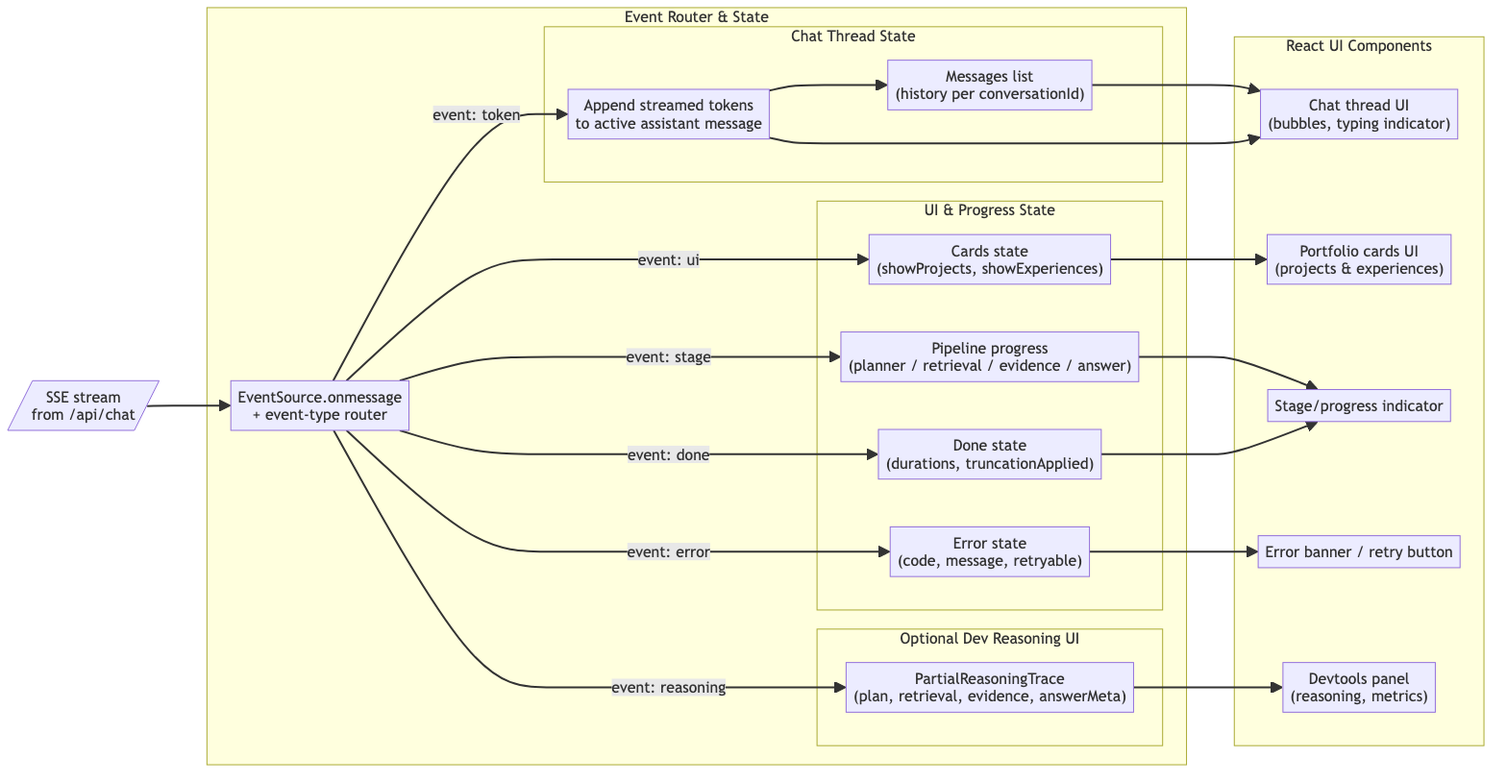
Earlier version of the Mermaid export generated-diagrams/portfolio-chat-sse-handling.png (Volpestyle/portfolio). Its source is kept beside it as generated-diagrams/portfolio-chat-sse-handling.mmd. Source of this version:
```mermaid
flowchart LR
  SSE[/"SSE stream\nfrom /api/chat"/]

  subgraph ROUTER["Event Router & State"]
    ROUTE["EventSource.onmessage\n+ event-type router"]

    subgraph CHAT_STATE["Chat Thread State"]
      TOKENS["Append streamed tokens\nto active assistant message"]
      MSGS["Messages list\n(history per conversationId)"]
    end

    subgraph UI_STATE["UI & Progress State"]
      STAGE["Pipeline progress\n(planner / retrieval / evidence / answer)"]
      CARDS["Cards state\n(showProjects, showExperiences)"]
      ERR_STATE["Error state\n(code, message, retryable)"]
      DONE_STATE["Done state\n(durations, truncationApplied)"]
    end

    subgraph DEVTOOLS["Optional Dev Reasoning UI"]
      REASON["PartialReasoningTrace\n(plan, retrieval, evidence, answerMeta)"]
    end
  end

  subgraph RENDER["React UI Components"]
    CHAT_UI["Chat thread UI\n(bubbles, typing indicator)"]
    CARDS_UI["Portfolio cards UI\n(projects & experiences)"]
    PROGRESS_UI[Stage/progress indicator]
    ERROR_UI[Error banner / retry button]
    DEV_UI["Devtools panel\n(reasoning, metrics)"]
  end

  SSE --> ROUTE

  ROUTE -->|event: token| TOKENS
  TOKENS --> MSGS

  ROUTE -->|event: stage| STAGE
  ROUTE -->|event: ui| CARDS
  ROUTE -->|event: reasoning| REASON
  ROUTE -->|event: error| ERR_STATE
  ROUTE -->|event: done| DONE_STATE

  MSGS --> CHAT_UI
  TOKENS --> CHAT_UI
  STAGE --> PROGRESS_UI
  CARDS --> CARDS_UI
  ERR_STATE --> ERROR_UI
  DONE_STATE --> PROGRESS_UI

  REASON --> DEV_UI
```
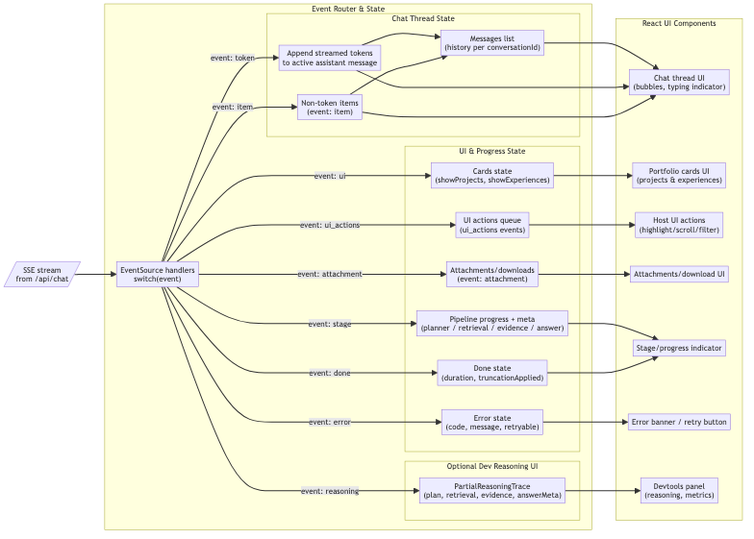
The same diagram one commit later.

Change to the diagram source:
```diff
@@ -2,18 +2,21 @@
   SSE[/"SSE stream\nfrom /api/chat"/]
 
   subgraph ROUTER["Event Router & State"]
-    ROUTE["EventSource.onmessage\n+ event-type router"]
+    ROUTE["EventSource handlers\nswitch(event)"]
 
     subgraph CHAT_STATE["Chat Thread State"]
       TOKENS["Append streamed tokens\nto active assistant message"]
+      ITEMS["Non-token items\n(event: item)"]
       MSGS["Messages list\n(history per conversationId)"]
     end
 
     subgraph UI_STATE["UI & Progress State"]
-      STAGE["Pipeline progress\n(planner / retrieval / evidence / answer)"]
+      STAGE["Pipeline progress + meta\n(planner / retrieval / evidence / answer)"]
       CARDS["Cards state\n(showProjects, showExperiences)"]
+      ACTIONS["UI actions queue\n(ui_actions events)"]
+      ATTACH["Attachments/downloads\n(event: attachment)"]
       ERR_STATE["Error state\n(code, message, retryable)"]
-      DONE_STATE["Done state\n(durations, truncationApplied)"]
+      DONE_STATE["Done state\n(duration, truncationApplied)"]
     end
 
     subgraph DEVTOOLS["Optional Dev Reasoning UI"]
@@ -24,6 +27,8 @@
   subgraph RENDER["React UI Components"]
     CHAT_UI["Chat thread UI\n(bubbles, typing indicator)"]
     CARDS_UI["Portfolio cards UI\n(projects & experiences)"]
+    ACTIONS_UI["Host UI actions\n(highlight/scroll/filter)"]
+    ATTACH_UI["Attachments/download UI"]
     PROGRESS_UI[Stage/progress indicator]
     ERROR_UI[Error banner / retry button]
     DEV_UI["Devtools panel\n(reasoning, metrics)"]
@@ -32,18 +37,25 @@
   SSE --> ROUTE
 
   ROUTE -->|event: token| TOKENS
+  ROUTE -->|event: item| ITEMS
   TOKENS --> MSGS
+  ITEMS --> MSGS
 
   ROUTE -->|event: stage| STAGE
   ROUTE -->|event: ui| CARDS
+  ROUTE -->|event: ui_actions| ACTIONS
+  ROUTE -->|event: attachment| ATTACH
   ROUTE -->|event: reasoning| REASON
   ROUTE -->|event: error| ERR_STATE
   ROUTE -->|event: done| DONE_STATE
 
   MSGS --> CHAT_UI
   TOKENS --> CHAT_UI
+  ITEMS --> CHAT_UI
   STAGE --> PROGRESS_UI
   CARDS --> CARDS_UI
+  ACTIONS --> ACTIONS_UI
+  ATTACH --> ATTACH_UI
   ERR_STATE --> ERROR_UI
   DONE_STATE --> PROGRESS_UI
 
```
